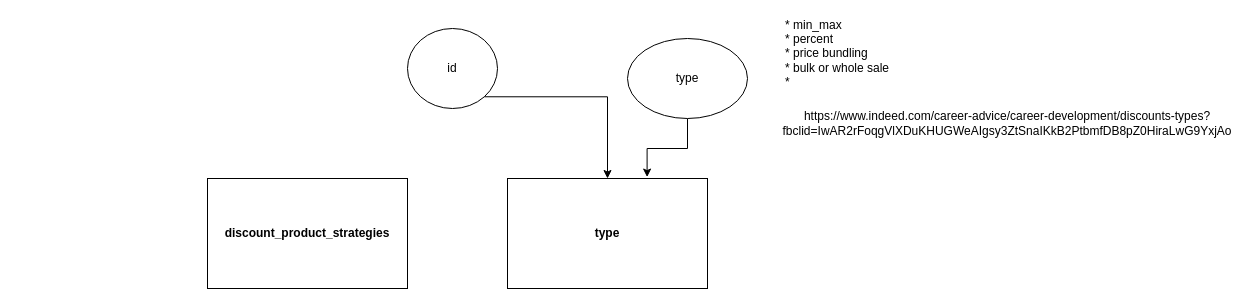
Above: discount strategy.drawio in janpaulalmanoche/zz (draw.io), before the change. Source tidied: cells renumbered, new cells numbered last; positions are measured from the earlier drawing's top-left corner, leaving out a move shared by most shapes. Both pictures are drawn from the tidied source at 100%, with x=0, y=0 at pixel (207, 28).
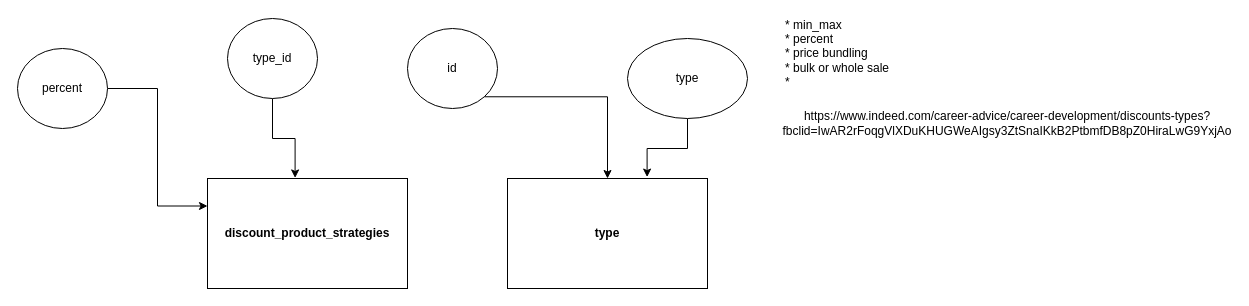
Above is the later version.

What changed in the source:
```diff
@@
 <mxGraphModel>
   <root>
     <mxCell id="0" />
     <mxCell id="1" parent="0" />
     <mxCell id="2" value="&lt;b&gt;discount_product_strategies&lt;/b&gt;" style="rounded=0;whiteSpace=wrap;html=1;" parent="1" vertex="1">
       <mxGeometry y="150" width="200" height="110" as="geometry" />
     </mxCell>
     <mxCell id="3" value="&lt;b&gt;type&lt;/b&gt;" style="rounded=0;whiteSpace=wrap;html=1;" parent="1" vertex="1">
       <mxGeometry x="300" y="150" width="200" height="110" as="geometry" />
     </mxCell>
     <mxCell id="4" style="edgeStyle=orthogonalEdgeStyle;rounded=0;jettySize=auto;html=1;exitX=1;exitY=1;exitDx=0;exitDy=0;" parent="1" edge="1" source="5" target="3">
       <mxGeometry relative="1" as="geometry" />
     </mxCell>
     <mxCell id="5" value="id" style="ellipse;whiteSpace=wrap;html=1;" parent="1" vertex="1">
       <mxGeometry x="200" width="90" height="80" as="geometry" />
     </mxCell>
     <mxCell id="6" style="edgeStyle=orthogonalEdgeStyle;rounded=0;jettySize=auto;html=1;exitX=0.5;exitY=1;exitDx=0;exitDy=0;entryX=0.698;entryY=-0.013;entryDx=0;entryDy=0;entryPerimeter=0;" parent="1" edge="1" source="7" target="3">
       <mxGeometry relative="1" as="geometry" />
     </mxCell>
     <mxCell id="7" value="type" style="ellipse;whiteSpace=wrap;html=1;" parent="1" vertex="1">
       <mxGeometry x="420" y="10" width="120" height="80" as="geometry" />
     </mxCell>
     <mxCell id="8" value="&lt;div style=&quot;text-align: left&quot;&gt;&lt;span&gt;* min_max&lt;/span&gt;&lt;/div&gt;&lt;div style=&quot;text-align: left&quot;&gt;&lt;span&gt;* percent&lt;/span&gt;&lt;/div&gt;&lt;div style=&quot;text-align: left&quot;&gt;&lt;span&gt;* price bundling&lt;/span&gt;&lt;/div&gt;&lt;div style=&quot;text-align: left&quot;&gt;&lt;span&gt;* bulk or whole sale&lt;/span&gt;&lt;/div&gt;&lt;div style=&quot;text-align: left&quot;&gt;&lt;span&gt;*&amp;nbsp;&lt;/span&gt;&lt;/div&gt;" style="text;html=1;strokeColor=none;fillColor=none;align=center;verticalAlign=middle;whiteSpace=wrap;rounded=0;" parent="1" vertex="1">
       <mxGeometry x="550" y="10" width="160" height="30" as="geometry" />
     </mxCell>
     <mxCell id="9" value="https://www.indeed.com/career-advice/career-development/discounts-types?fbclid=IwAR2rFoqgVlXDuKHUGWeAIgsy3ZtSnaIKkB2PtbmfDB8pZ0HiraLwG9YxjAo" style="text;html=1;strokeColor=none;fillColor=none;align=center;verticalAlign=middle;whiteSpace=wrap;rounded=0;" parent="1" vertex="1">
       <mxGeometry x="770" y="80" width="60" height="30" as="geometry" />
     </mxCell>
+    <mxCell id="10" style="edgeStyle=orthogonalEdgeStyle;rounded=0;jettySize=auto;html=1;exitX=0.5;exitY=1;exitDx=0;exitDy=0;entryX=0.438;entryY=-0.005;entryDx=0;entryDy=0;entryPerimeter=0;" parent="1" edge="1" source="11" target="2">
+      <mxGeometry relative="1" as="geometry" />
+    </mxCell>
+    <mxCell id="11" value="type_id" style="ellipse;whiteSpace=wrap;html=1;" parent="1" vertex="1">
+      <mxGeometry x="20" y="-10" width="90" height="80" as="geometry" />
+    </mxCell>
+    <mxCell id="12" style="edgeStyle=orthogonalEdgeStyle;rounded=0;jettySize=auto;html=1;exitX=1;exitY=0.5;exitDx=0;exitDy=0;entryX=0;entryY=0.25;entryDx=0;entryDy=0;" parent="1" edge="1" source="13" target="2">
+      <mxGeometry relative="1" as="geometry" />
+    </mxCell>
+    <mxCell id="13" value="percent" style="ellipse;whiteSpace=wrap;html=1;" parent="1" vertex="1">
+      <mxGeometry x="-190" y="20" width="90" height="80" as="geometry" />
+    </mxCell>
   </root>
 </mxGraphModel>
```
